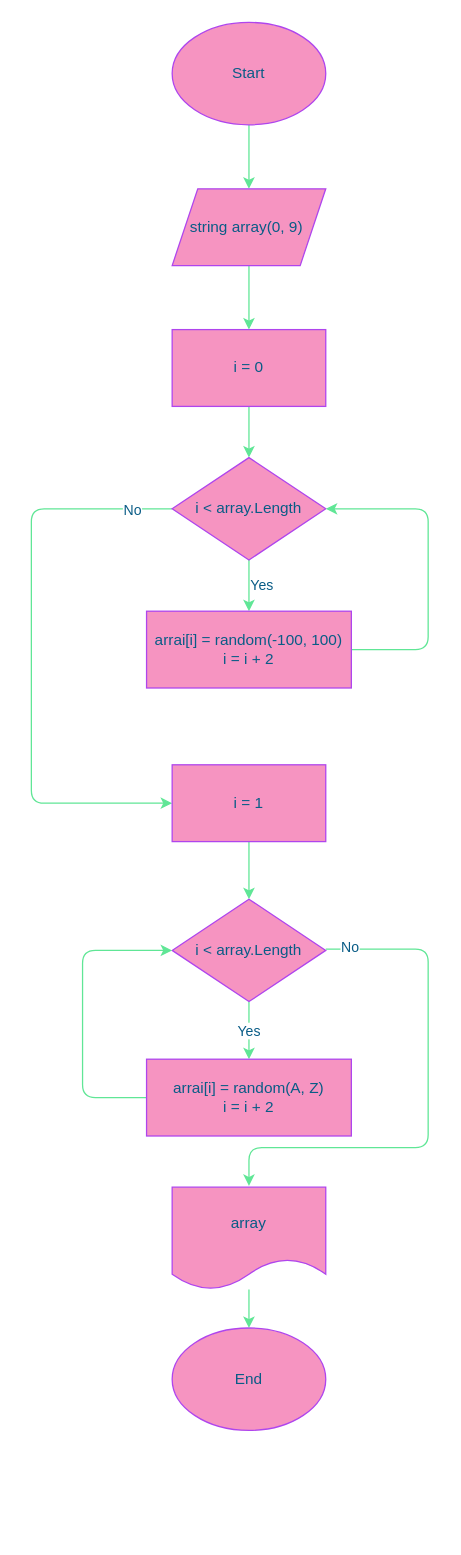
Before: page "FillStringArray method" (2 of 5) of Block_diagram.drawio in RumyancevaOlga/Final_verification_test, a draw.io diagram. Source tidied: cells renumbered, new cells numbered last; positions are measured from the earlier drawing's top-left corner, leaving out a move shared by most shapes. Both pictures are drawn from the tidied source at 128%, with x=0, y=0 at pixel (31, 22).
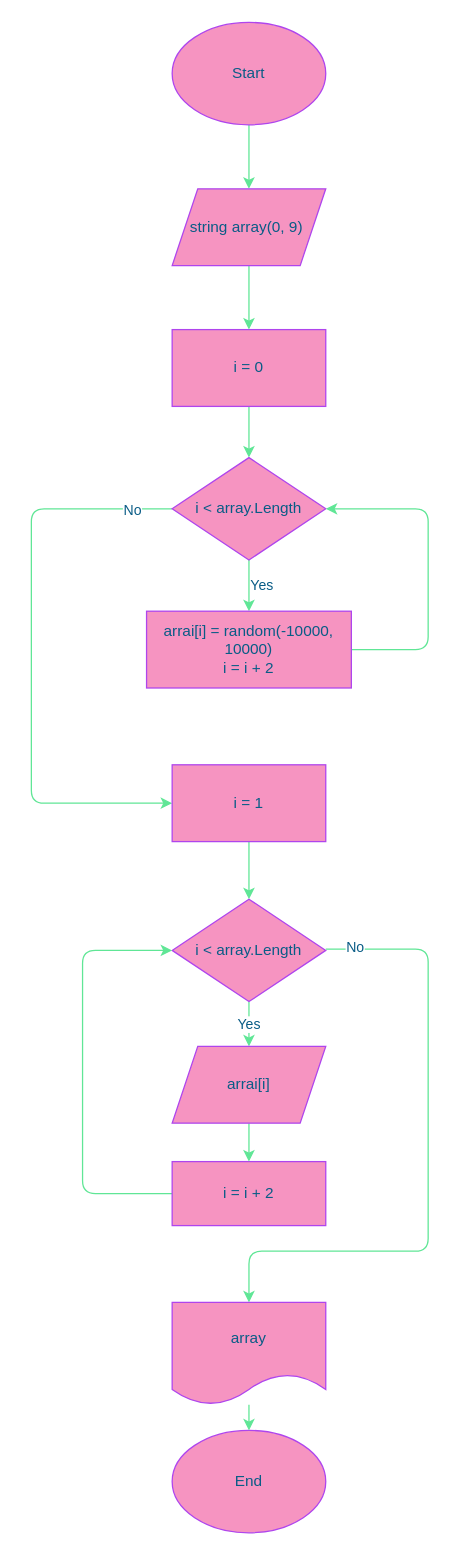
The same page after the edit.

Unchanged cells that the change refers to:
```xml
<mxCell id="17" value="i &amp;lt; array.Length" style="rhombus;whiteSpace=wrap;html=1;fillColor=#F694C1;strokeColor=#AF45ED;fontColor=#095C86;" parent="1" vertex="1">
  <mxGeometry x="110" y="685" width="120" height="80" as="geometry" />
</mxCell>
```

Change to the diagram source:
```diff
@@
-    <mxCell id="11" value="arrai[i] = random(-100, 100)&lt;br&gt;i = i + 2" style="rounded=0;whiteSpace=wrap;html=1;fillColor=#F694C1;strokeColor=#AF45ED;fontColor=#095C86;" parent="1" vertex="1">
+    <mxCell id="11" value="arrai[i] = random(-10000, 10000)&lt;br&gt;i = i + 2" style="rounded=0;whiteSpace=wrap;html=1;fillColor=#F694C1;strokeColor=#AF45ED;fontColor=#095C86;" parent="1" vertex="1">
       <mxGeometry x="90" y="460" width="160" height="60" as="geometry" />
     </mxCell>
@@
-    <mxCell id="14" value="Yes" style="edgeStyle=none;html=1;strokeColor=#60E696;fontColor=#095C86;" parent="1" edge="1" source="17" target="19">
-      <mxGeometry relative="1" as="geometry" />
+    <mxCell id="14" value="Yes" style="edgeStyle=none;html=1;strokeColor=#60E696;fontColor=#095C86;" parent="1" edge="1" source="17">
+      <mxGeometry relative="1" as="geometry">
+        <mxPoint x="170" y="800" as="targetPoint" />
+      </mxGeometry>
     </mxCell>
-    <mxCell id="15" style="edgeStyle=none;html=1;entryX=0.5;entryY=0;entryDx=0;entryDy=0;strokeColor=#60E696;fontColor=#095C86;" parent="1" edge="1">
+    <mxCell id="15" style="edgeStyle=none;html=1;strokeColor=#60E696;fontColor=#095C86;entryX=0.5;entryY=0;entryDx=0;entryDy=0;" parent="1" edge="1" target="24">
       <mxGeometry relative="1" as="geometry">
         <mxPoint x="230" y="724" as="sourcePoint" />
-        <mxPoint x="170" y="909" as="targetPoint" />
         <Array as="points">
           <mxPoint x="310" y="724" />
           <mxPoint x="310" y="879" />
-          <mxPoint x="240" y="879" />
-          <mxPoint x="170" y="879" />
+          <mxPoint x="310" y="960" />
+          <mxPoint x="170" y="960" />
         </Array>
       </mxGeometry>
     </mxCell>
@@
-    <mxCell id="18" style="edgeStyle=none;html=1;entryX=0;entryY=0.5;entryDx=0;entryDy=0;strokeColor=#60E696;fontColor=#095C86;" parent="1" edge="1" source="19" target="17">
+    <mxCell id="18" style="edgeStyle=none;html=1;entryX=0;entryY=0.5;entryDx=0;entryDy=0;strokeColor=#60E696;fontColor=#095C86;exitX=0;exitY=0.5;exitDx=0;exitDy=0;" parent="1" edge="1" source="19" target="17">
       <mxGeometry relative="1" as="geometry">
         <Array as="points">
+          <mxPoint x="40" y="915" />
           <mxPoint x="40" y="840" />
           <mxPoint x="40" y="725" />
         </Array>
       </mxGeometry>
     </mxCell>
-    <mxCell id="19" value="arrai[i] = random(A, Z)&lt;br&gt;i = i + 2" style="rounded=0;whiteSpace=wrap;html=1;fillColor=#F694C1;strokeColor=#AF45ED;fontColor=#095C86;" parent="1" vertex="1">
-      <mxGeometry x="90" y="810" width="160" height="60" as="geometry" />
+    <mxCell id="19" value="i = i + 2" style="rounded=0;whiteSpace=wrap;html=1;fillColor=#F694C1;strokeColor=#AF45ED;fontColor=#095C86;" parent="1" vertex="1">
+      <mxGeometry x="110" y="890" width="120" height="50" as="geometry" />
     </mxCell>
     <mxCell id="20" value="End" style="ellipse;whiteSpace=wrap;html=1;fillColor=#F694C1;strokeColor=#AF45ED;fontColor=#095C86;" parent="1" vertex="1">
-      <mxGeometry x="110" y="1020" width="120" height="80" as="geometry" />
+      <mxGeometry x="110" y="1100" width="120" height="80" as="geometry" />
     </mxCell>
@@
     <mxCell id="24" value="array" style="shape=document;whiteSpace=wrap;html=1;boundedLbl=1;fillColor=#F694C1;strokeColor=#AF45ED;fontColor=#095C86;" parent="1" vertex="1">
-      <mxGeometry x="110" y="910" width="120" height="80" as="geometry" />
+      <mxGeometry x="110" y="1000" width="120" height="80" as="geometry" />
     </mxCell>
+    <mxCell id="25" style="edgeStyle=none;html=1;fontColor=#095C86;strokeColor=#60E696;" parent="1" edge="1" source="26" target="19">
+      <mxGeometry relative="1" as="geometry" />
+    </mxCell>
+    <mxCell id="26" value="arrai[i]" style="shape=parallelogram;perimeter=parallelogramPerimeter;whiteSpace=wrap;html=1;fixedSize=1;fillColor=#F694C1;strokeColor=#AF45ED;fontColor=#095C86;" parent="1" vertex="1">
+      <mxGeometry x="110" y="800" width="120" height="60" as="geometry" />
+    </mxCell>
```
